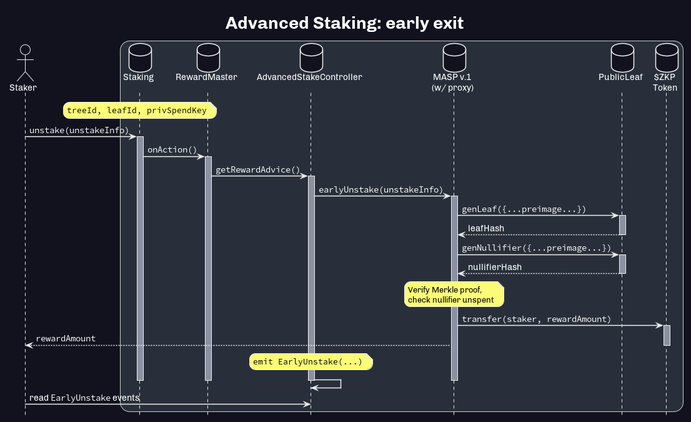
pantherprotocol/panther-core keeps this PlantUML diagram as docs/advanced-staking.early-exit.png. Above is the earlier version. Source of this version:
```plantuml
@startuml

title **Advanced Staking: early exit**


<style>
</style>

hide footbox
actor "Staker" as staker

box
  database "Staking\n" as staking
  database "RewardMaster\n" as rMaster
  database "AdvancedStakeController\n" as aCtrl
  database "MASP v.1\n(w/ proxy)" as pool
  database "PublicLeaf\n" as pLeaf
  database "$ZKP\nToken" as zkp
end box

note over staking
  ""treeId, leafId, privSpendKey""
end note
staker -> staking ++ : ""unstake(unstakeInfo)""
  staking -> rMaster ++ : ""onAction()""
    rMaster -> aCtrl ++ : ""getRewardAdvice()""
      aCtrl -> pool ++ : ""earlyUnstake(unstakeInfo)""
        pool -> pLeaf ++ : ""genLeaf({...preimage...})""
        return leafHash
        pool -> pLeaf ++ : ""genNullifier({...preimage...})""
        return nullifierHash
        note over pool
          Verify Merkle proof,
          check nullifier unspent
        end note
        pool -> zkp ++ : ""transfer(staker, rewardAmount)""
          pool --> staker : ""rewardAmount""
        deactivate zkp
      note over aCtrl
      ""emit EarlyUnstake(...)""
      end note
      aCtrl -> aCtrl
      deactivate pool
    deactivate aCtrl
  deactivate rMaster
deactivate staking

staker -> aCtrl : read ""EarlyUnstake"" events
@enduml
```
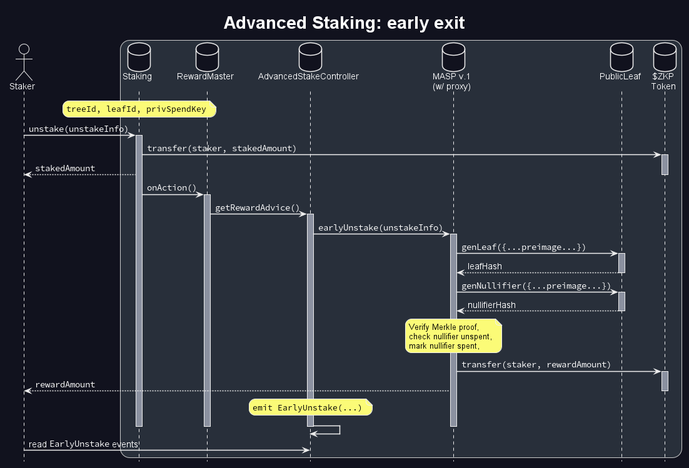
The same diagram one commit later.

Commit message:
more advanced staking diagram updates

Change to the diagram source:
```diff
@@ -22,6 +22,9 @@
   ""treeId, leafId, privSpendKey""
 end note
 staker -> staking ++ : ""unstake(unstakeInfo)""
+  staking -> zkp ++ : ""transfer(staker, stakedAmount)""
+    staking --> staker : ""stakedAmount""
+  deactivate zkp
   staking -> rMaster ++ : ""onAction()""
     rMaster -> aCtrl ++ : ""getRewardAdvice()""
       aCtrl -> pool ++ : ""earlyUnstake(unstakeInfo)""
@@ -31,7 +34,8 @@
         return nullifierHash
         note over pool
           Verify Merkle proof,
-          check nullifier unspent
+          check nullifier unspent,
+          mark nullifier spent,
         end note
         pool -> zkp ++ : ""transfer(staker, rewardAmount)""
           pool --> staker : ""rewardAmount""
```
